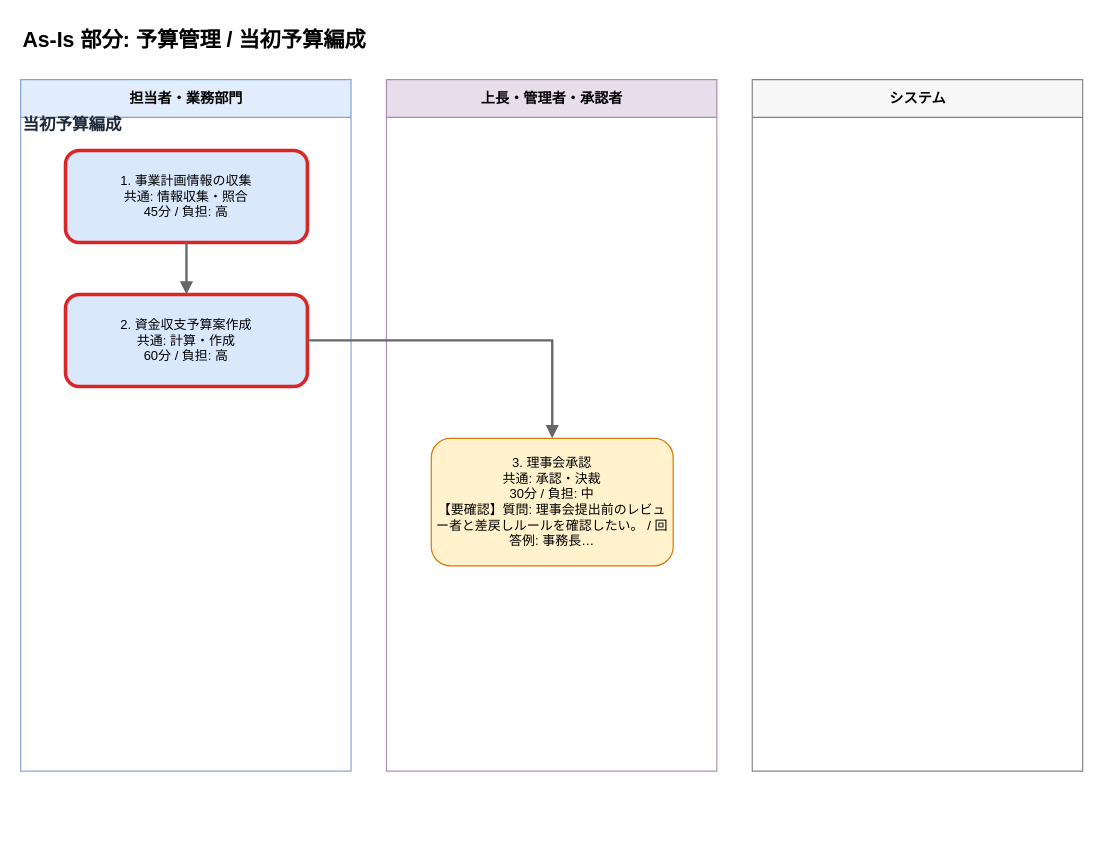
Earlier version of the draw.io diagram output/flows/asis_予算管理__当初予算編成_20260608.drawio (Toshiki811/ai-business-analysis-heatmap). Source tidied: cells renumbered, new cells numbered last; positions are measured from the earlier drawing's top-left corner, leaving out a move shared by most shapes. Both pictures are drawn from the tidied source at 118%, with x=0, y=0 at pixel (20, 20).
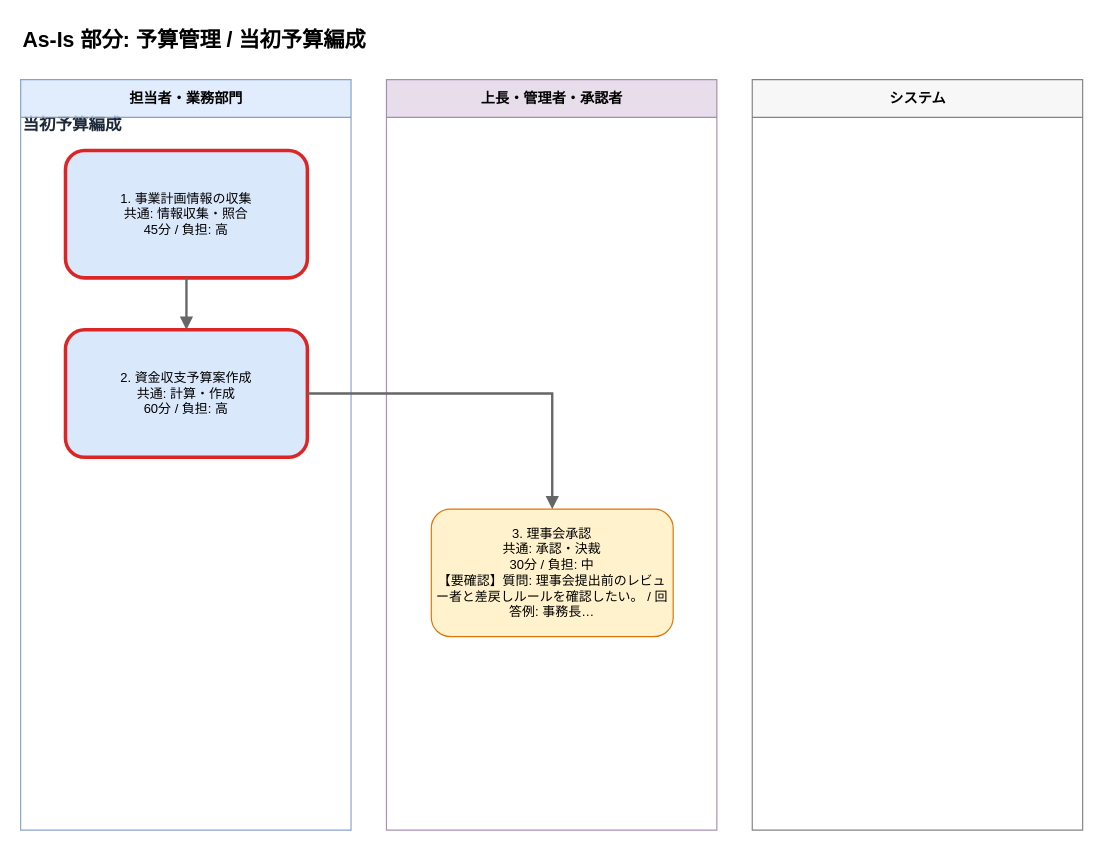
After the change.

Diff of the diagram source:
```diff
@@
 <mxGraphModel>
   <root>
     <mxCell id="0" />
     <mxCell id="1" parent="0" />
+    <mxCell id="6" value="当初予算編成" style="text;html=1;strokeColor=none;fillColor=none;align=left;verticalAlign=middle;whiteSpace=wrap;fontSize=14;fontStyle=1;fontColor=#1e293b;" parent="1" vertex="1">
+      <mxGeometry y="76" width="860" height="24" as="geometry" />
+    </mxCell>
     <mxCell id="2" value="As-Is 部分: 予算管理 / 当初予算編成" style="text;html=1;strokeColor=none;fillColor=none;align=left;fontSize=18;fontStyle=1;" parent="1" vertex="1">
       <mxGeometry width="880" height="30" as="geometry" />
     </mxCell>
     <mxCell id="3" value="担当者・業務部門" style="swimlane;horizontal=1;startSize=32;html=1;fillColor=#dae8fc;strokeColor=#6c8ebf;fontSize=12;fontStyle=1;opacity=80;" parent="1" vertex="1">
-      <mxGeometry y="50" width="280" height="586" as="geometry" />
+      <mxGeometry y="50" width="280" height="636" as="geometry" />
     </mxCell>
     <mxCell id="4" value="上長・管理者・承認者" style="swimlane;horizontal=1;startSize=32;html=1;fillColor=#e1d5e7;strokeColor=#9673a6;fontSize=12;fontStyle=1;opacity=80;" parent="1" vertex="1">
-      <mxGeometry x="310" y="50" width="280" height="586" as="geometry" />
+      <mxGeometry x="310" y="50" width="280" height="636" as="geometry" />
     </mxCell>
     <mxCell id="5" value="システム" style="swimlane;horizontal=1;startSize=32;html=1;fillColor=#f5f5f5;strokeColor=#666666;fontSize=12;fontStyle=1;opacity=80;" parent="1" vertex="1">
-      <mxGeometry x="620" y="50" width="280" height="586" as="geometry" />
+      <mxGeometry x="620" y="50" width="280" height="636" as="geometry" />
     </mxCell>
-    <mxCell id="6" value="当初予算編成" style="text;html=1;strokeColor=none;fillColor=none;align=left;verticalAlign=middle;whiteSpace=wrap;fontSize=14;fontStyle=1;fontColor=#1e293b;" parent="1" vertex="1">
-      <mxGeometry y="76" width="860" height="24" as="geometry" />
-    </mxCell>
     <mxCell id="7" value="1. 事業計画情報の収集&#10;共通: 情報収集・照合&#10;45分 / 負担: 高" style="rounded=1;whiteSpace=wrap;html=1;fillColor=#dae8fc;strokeColor=#dc2626;strokeWidth=3;fontSize=11;fontColor=#000000;" parent="1" vertex="1">
-      <mxGeometry x="38" y="110" width="205" height="78" as="geometry" />
+      <mxGeometry x="38" y="110" width="205" height="108" as="geometry" />
     </mxCell>
     <mxCell id="8" value="2. 資金収支予算案作成&#10;共通: 計算・作成&#10;60分 / 負担: 高" style="rounded=1;whiteSpace=wrap;html=1;fillColor=#dae8fc;strokeColor=#dc2626;strokeWidth=3;fontSize=11;fontColor=#000000;" parent="1" vertex="1">
-      <mxGeometry x="38" y="232" width="205" height="78" as="geometry" />
+      <mxGeometry x="38" y="262" width="205" height="108" as="geometry" />
     </mxCell>
+    <mxCell id="10" value="3. 理事会承認&#10;共通: 承認・決裁&#10;30分 / 負担: 中&#10;【要確認】質問: 理事会提出前のレビュー者と差戻しルールを確認したい。 / 回答例: 事務長…" style="rounded=1;whiteSpace=wrap;html=1;fillColor=#fff2cc;strokeColor=#d97706;strokeWidth=1;fontSize=11;fontColor=#000000;" parent="1" vertex="1">
+      <mxGeometry x="348" y="414" width="205" height="108" as="geometry" />
+    </mxCell>
-    <mxCell id="9" style="edgeStyle=orthogonalEdgeStyle;rounded=0;html=1;strokeColor=#666666;strokeWidth=2;endArrow=block;endFill=1;" parent="1" edge="1" source="7" target="8">
+    <mxCell id="9" style="edgeStyle=orthogonalEdgeStyle;rounded=0;html=1;strokeColor=#666666;strokeWidth=2;endArrow=block;endFill=1;fontSize=11;fontColor=#1f2937;" parent="1" edge="1" source="7" target="8">
       <mxGeometry relative="1" as="geometry" />
     </mxCell>
-    <mxCell id="10" value="3. 理事会承認&#10;共通: 承認・決裁&#10;30分 / 負担: 中&#10;【要確認】質問: 理事会提出前のレビュー者と差戻しルールを確認したい。 / 回答例: 事務長…" style="rounded=1;whiteSpace=wrap;html=1;fillColor=#fff2cc;strokeColor=#d97706;strokeWidth=1;fontSize=11;fontColor=#000000;" parent="1" vertex="1">
-      <mxGeometry x="348" y="354" width="205" height="108" as="geometry" />
-    </mxCell>
-    <mxCell id="11" style="edgeStyle=orthogonalEdgeStyle;rounded=0;html=1;strokeColor=#666666;strokeWidth=2;endArrow=block;endFill=1;" parent="1" edge="1" source="8" target="10">
+    <mxCell id="11" style="edgeStyle=orthogonalEdgeStyle;rounded=0;html=1;strokeColor=#666666;strokeWidth=2;endArrow=block;endFill=1;fontSize=11;fontColor=#1f2937;" parent="1" edge="1" source="8" target="10">
       <mxGeometry relative="1" as="geometry" />
     </mxCell>
   </root>
 </mxGraphModel>
```
